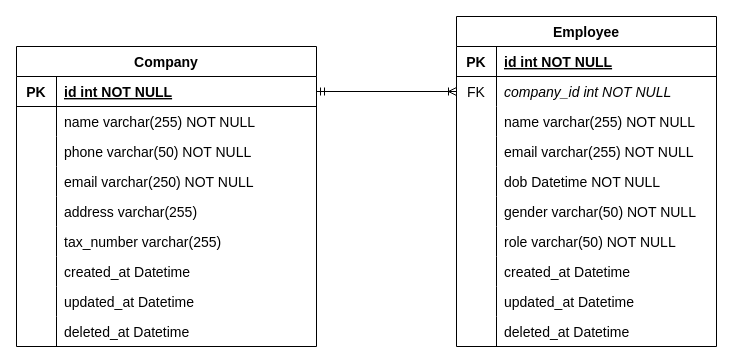
dinhtp/lets-go-company keeps this draw.io diagram as asset/company-employee.drawio. Above is the earlier version. Source tidied: cells renumbered, new cells numbered last; positions are measured from the earlier drawing's top-left corner, leaving out a move shared by most shapes. Both pictures are drawn from the tidied source at 100%, with x=0, y=0 at pixel (16, 16).
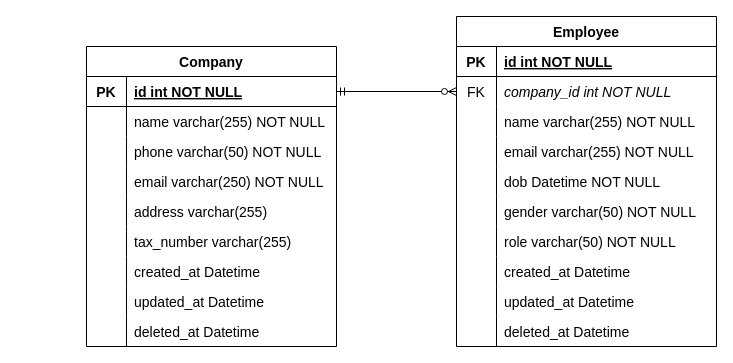
The same page after the edit.

The change refers to these unchanged cells:
```xml
<mxCell id="6" style="shape=partialRectangle;fillColor=none;points=[[0,0.5],[1,0.5]];portConstraint=eastwest;top=0;left=0;right=0;bottom=0;" parent="2" vertex="1">
  <mxGeometry y="60" width="260" height="30" as="geometry" />
</mxCell>
```

Change to the diagram source:
```diff
@@
     <mxCell id="33" value="Company" style="shape=table;startSize=30;childLayout=tableLayout;rowLines=0;fontStyle=1;align=center;fontSize=14;" parent="1" vertex="1">
-      <mxGeometry y="30" width="300" height="300" as="geometry" />
+      <mxGeometry x="70" y="30" width="250" height="300" as="geometry" />
     </mxCell>
     <mxCell id="34" style="shape=partialRectangle;fillColor=none;points=[[0,0.5],[1,0.5]];portConstraint=eastwest;top=0;left=0;right=0;bottom=1;" parent="33" vertex="1">
-      <mxGeometry y="30" width="300" height="30" as="geometry" />
+      <mxGeometry y="30" width="250" height="30" as="geometry" />
     </mxCell>
@@
     <mxCell id="36" value="id int NOT NULL " style="shape=partialRectangle;overflow=hidden;fillColor=none;top=0;left=0;bottom=0;right=0;align=left;spacingLeft=6;fontStyle=5;fontSize=14;" parent="34" vertex="1">
-      <mxGeometry x="40" width="260" height="30" as="geometry" />
+      <mxGeometry x="40" width="210" height="30" as="geometry" />
     </mxCell>
     <mxCell id="37" style="shape=partialRectangle;fillColor=none;top=0;left=0;right=0;bottom=0;" parent="33" vertex="1">
-      <mxGeometry y="60" width="300" height="30" as="geometry" />
+      <mxGeometry y="60" width="250" height="30" as="geometry" />
     </mxCell>
@@
     <mxCell id="39" value="name varchar(255) NOT NULL" style="shape=partialRectangle;overflow=hidden;fillColor=none;top=0;left=0;bottom=0;right=0;align=left;spacingLeft=6;fontSize=14;" parent="37" vertex="1">
-      <mxGeometry x="40" width="260" height="30" as="geometry" />
+      <mxGeometry x="40" width="210" height="30" as="geometry" />
     </mxCell>
     <mxCell id="40" style="shape=partialRectangle;fillColor=none;top=0;left=0;right=0;bottom=0;" parent="33" vertex="1">
-      <mxGeometry y="90" width="300" height="30" as="geometry" />
+      <mxGeometry y="90" width="250" height="30" as="geometry" />
     </mxCell>
@@
     <mxCell id="42" value="phone varchar(50) NOT NULL" style="shape=partialRectangle;overflow=hidden;fillColor=none;top=0;left=0;bottom=0;right=0;align=left;spacingLeft=6;fontSize=14;" parent="40" vertex="1">
-      <mxGeometry x="40" width="260" height="30" as="geometry" />
+      <mxGeometry x="40" width="210" height="30" as="geometry" />
     </mxCell>
     <mxCell id="43" style="shape=partialRectangle;fillColor=none;top=0;left=0;right=0;bottom=0;" parent="33" vertex="1">
-      <mxGeometry y="120" width="300" height="30" as="geometry" />
+      <mxGeometry y="120" width="250" height="30" as="geometry" />
     </mxCell>
@@
     <mxCell id="45" value="email varchar(250) NOT NULL" style="shape=partialRectangle;overflow=hidden;fillColor=none;top=0;left=0;bottom=0;right=0;align=left;spacingLeft=6;fontSize=14;" parent="43" vertex="1">
-      <mxGeometry x="40" width="260" height="30" as="geometry" />
+      <mxGeometry x="40" width="210" height="30" as="geometry" />
     </mxCell>
     <mxCell id="46" style="shape=partialRectangle;fillColor=none;top=0;left=0;right=0;bottom=0;" parent="33" vertex="1">
-      <mxGeometry y="150" width="300" height="30" as="geometry" />
+      <mxGeometry y="150" width="250" height="30" as="geometry" />
     </mxCell>
@@
     <mxCell id="48" value="address varchar(255)" style="shape=partialRectangle;overflow=hidden;fillColor=none;top=0;left=0;bottom=0;right=0;align=left;spacingLeft=6;fontSize=14;" parent="46" vertex="1">
-      <mxGeometry x="40" width="260" height="30" as="geometry" />
+      <mxGeometry x="40" width="210" height="30" as="geometry" />
     </mxCell>
     <mxCell id="49" style="shape=partialRectangle;fillColor=none;top=0;left=0;right=0;bottom=0;" parent="33" vertex="1">
-      <mxGeometry y="180" width="300" height="30" as="geometry" />
+      <mxGeometry y="180" width="250" height="30" as="geometry" />
     </mxCell>
@@
     <mxCell id="51" value="tax_number varchar(255)" style="shape=partialRectangle;overflow=hidden;fillColor=none;top=0;left=0;bottom=0;right=0;align=left;spacingLeft=6;fontStyle=0;fontSize=14;" parent="49" vertex="1">
-      <mxGeometry x="40" width="260" height="30" as="geometry" />
+      <mxGeometry x="40" width="210" height="30" as="geometry" />
     </mxCell>
     <mxCell id="52" style="shape=partialRectangle;fillColor=none;top=0;left=0;right=0;bottom=0;" parent="33" vertex="1">
-      <mxGeometry y="210" width="300" height="30" as="geometry" />
+      <mxGeometry y="210" width="250" height="30" as="geometry" />
     </mxCell>
@@
     <mxCell id="54" value="created_at Datetime" style="shape=partialRectangle;overflow=hidden;fillColor=none;top=0;left=0;bottom=0;right=0;align=left;spacingLeft=6;fontStyle=0;fontSize=14;" parent="52" vertex="1">
-      <mxGeometry x="40" width="260" height="30" as="geometry" />
+      <mxGeometry x="40" width="210" height="30" as="geometry" />
     </mxCell>
     <mxCell id="55" style="shape=partialRectangle;fillColor=none;top=0;left=0;right=0;bottom=0;" parent="33" vertex="1">
-      <mxGeometry y="240" width="300" height="30" as="geometry" />
+      <mxGeometry y="240" width="250" height="30" as="geometry" />
     </mxCell>
@@
     <mxCell id="57" value="updated_at Datetime" style="shape=partialRectangle;overflow=hidden;fillColor=none;top=0;left=0;bottom=0;right=0;align=left;spacingLeft=6;fontStyle=0;fontSize=14;" parent="55" vertex="1">
-      <mxGeometry x="40" width="260" height="30" as="geometry" />
+      <mxGeometry x="40" width="210" height="30" as="geometry" />
     </mxCell>
     <mxCell id="58" style="shape=partialRectangle;fillColor=none;top=0;left=0;right=0;bottom=0;" parent="33" vertex="1">
-      <mxGeometry y="270" width="300" height="30" as="geometry" />
+      <mxGeometry y="270" width="250" height="30" as="geometry" />
     </mxCell>
@@
     <mxCell id="60" value="deleted_at Datetime" style="shape=partialRectangle;overflow=hidden;fillColor=none;top=0;left=0;bottom=0;right=0;align=left;spacingLeft=6;fontStyle=0;fontSize=14;" parent="58" vertex="1">
-      <mxGeometry x="40" width="260" height="30" as="geometry" />
+      <mxGeometry x="40" width="210" height="30" as="geometry" />
     </mxCell>
-    <mxCell id="61" style="fontSize=12;html=1;endArrow=ERoneToMany;startArrow=ERmandOne;rounded=0;entryX=0;entryY=0.5;entryDx=0;entryDy=0;exitX=1;exitY=0.5;exitDx=0;exitDy=0;" parent="1" edge="1" source="34" target="6">
+    <mxCell id="61" style="fontSize=12;html=1;endArrow=ERzeroToMany;startArrow=ERmandOne;rounded=0;entryX=0;entryY=0.5;entryDx=0;entryDy=0;exitX=1;exitY=0.5;exitDx=0;exitDy=0;" parent="1" edge="1" source="34" target="6">
       <mxGeometry relative="1" as="geometry" />
     </mxCell>
```
